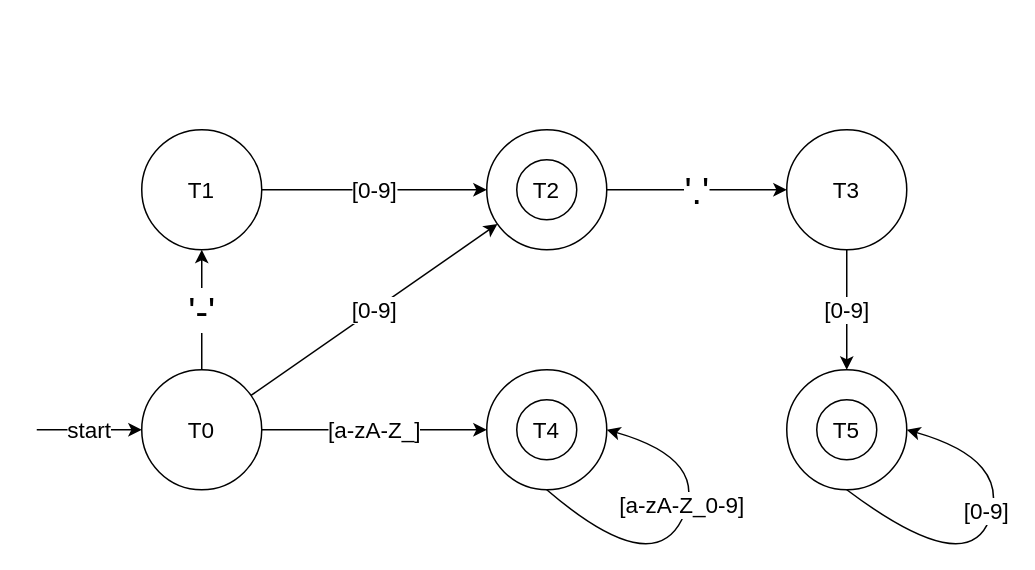
wintershoes/Mylang keeps this draw.io diagram as note/dfa.drawio. Above is the earlier version. Source tidied: cells renumbered, new cells numbered last; positions are measured from the earlier drawing's top-left corner, leaving out a move shared by most shapes. Both pictures are drawn from the tidied source at 150%, with x=0, y=0 at pixel (36, 129).
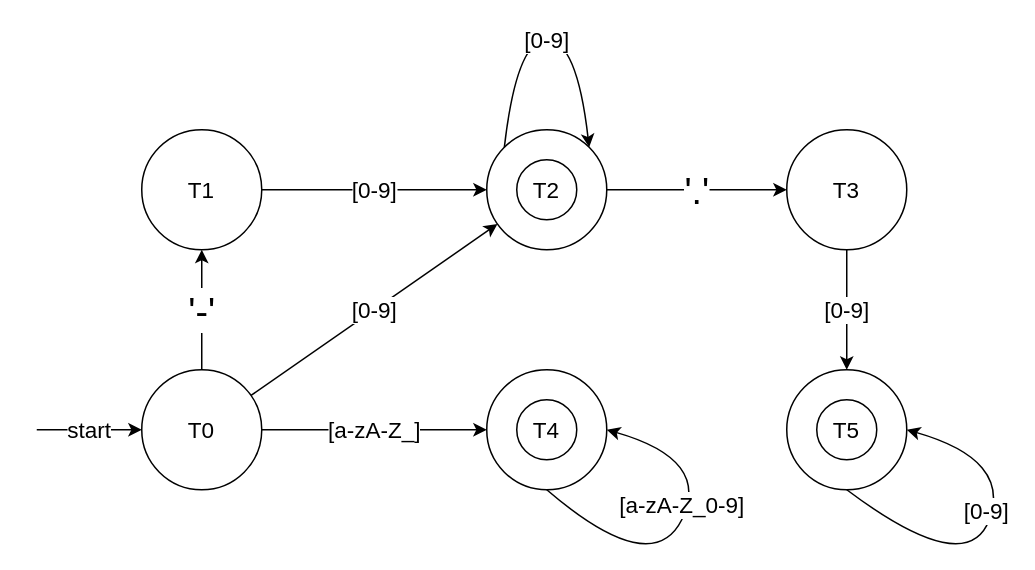
Above is the later version.

The change refers to these unchanged cells:
```xml
<mxCell id="2" value="T2" style="ellipse;whiteSpace=wrap;html=1;fontSize=15;" parent="1" vertex="1">
  <mxGeometry x="300" width="80" height="80" as="geometry" />
</mxCell>
```

Diff of the diagram source:
```diff
@@
+    <mxCell id="20" value="[0-9]" style="curved=1;endArrow=classic;html=1;entryX=1;entryY=0;entryDx=0;entryDy=0;exitX=0;exitY=0;exitDx=0;exitDy=0;fontSize=15;" parent="1" edge="1" source="2" target="2">
+      <mxGeometry relative="1" as="geometry">
+        <Array as="points">
+          <mxPoint x="320" y="-60" />
+          <mxPoint x="360" y="-60" />
+        </Array>
+      </mxGeometry>
+    </mxCell>
```
